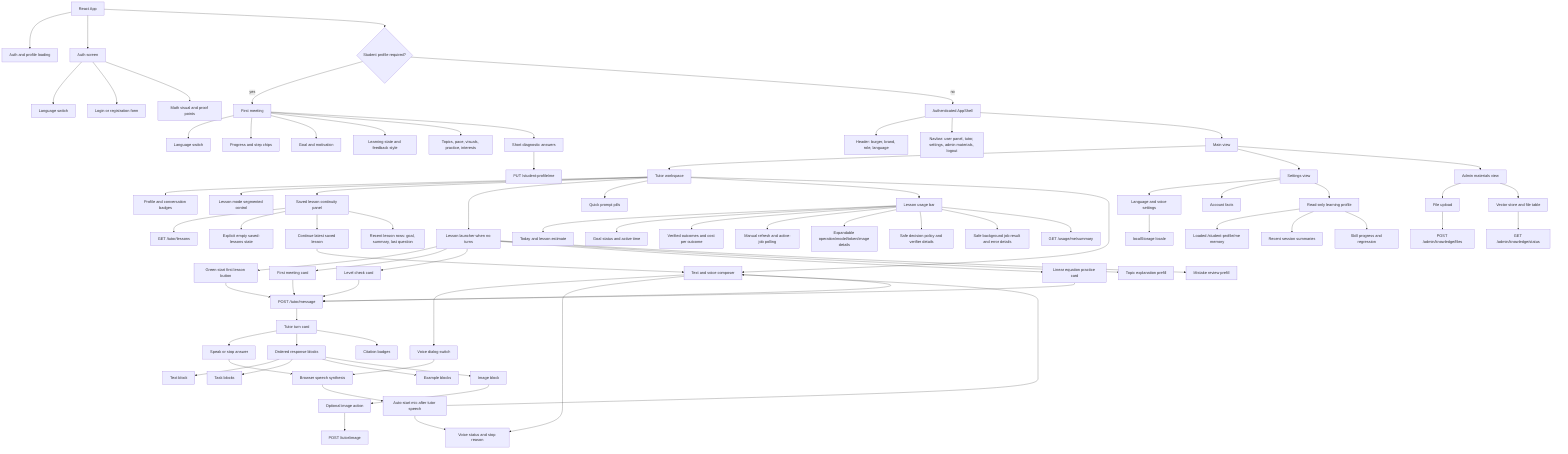
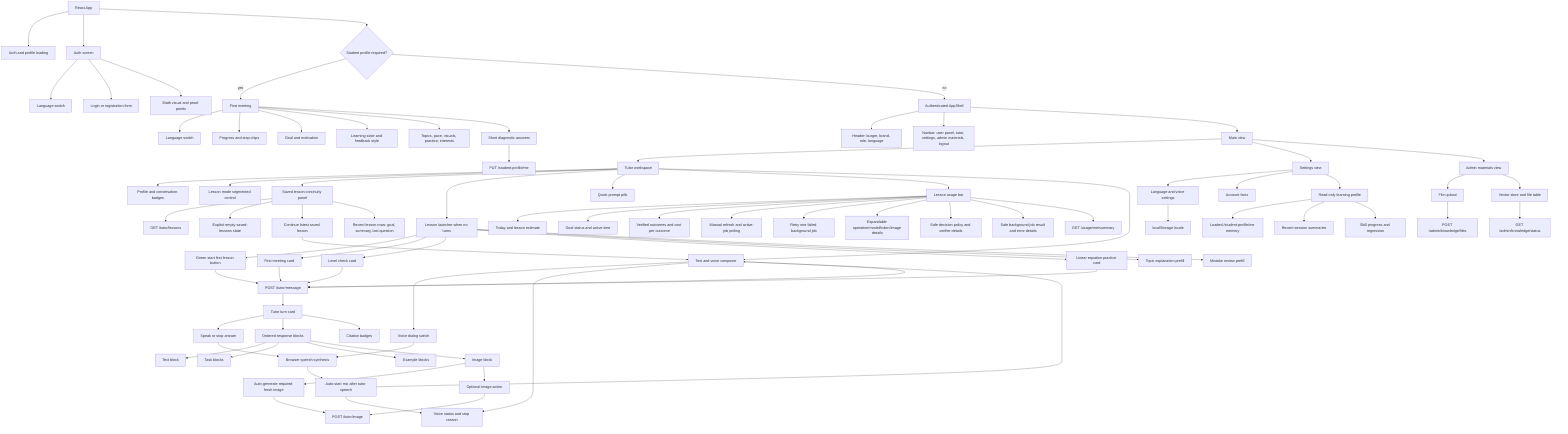
flowchart TB
  App[React App] --> Loading[Auth and profile loading]
  App --> Auth[Auth screen]
  Auth --> AuthLang[Language switch]
  Auth --> AuthForm[Login or registration form]
  Auth --> AuthVisual[Math visual and proof points]

  App --> FirstMeeting{Student profile required?}
  FirstMeeting -->|yes| Meeting[First meeting]
  Meeting --> MeetingLang[Language switch]
  Meeting --> MeetingProgress[Progress and step chips]
  Meeting --> Goal[Goal and motivation]
  Meeting --> Learning[Learning state and feedback style]
  Meeting --> Preferences[Topics, pace, visuals, practice, interests]
  Meeting --> Diagnostics[Short diagnostic answers]
  Diagnostics --> ProfileApi[PUT /student-profile/me]

  FirstMeeting -->|no| Shell[Authenticated AppShell]
  Shell --> Header[Header: burger, brand, role, language]
  Shell --> Navbar[Navbar: user panel, tutor, settings, admin materials, logout]
  Shell --> Main[Main view]

  Main --> Tutor[Tutor workspace]
  Tutor --> TutorStatus[Profile and conversation badges]
  Tutor --> LessonMode[Lesson mode segmented control]
  Tutor --> LessonHistory[Saved lesson continuity panel]
  LessonHistory --> HistoryApi[GET /tutor/lessons]
  LessonHistory --> EmptyHistory[Explicit empty saved-lessons state]
  LessonHistory --> ResumeLatest[Continue latest saved lesson]
  LessonHistory --> HistoryRows[Recent lesson rows: goal, summary, last question]
  ResumeLatest --> Composer
  Tutor --> LessonLauncher[Lesson launcher when no turns]
  LessonLauncher --> StartFirst[Green start first lesson button]
  LessonLauncher --> MeetingCard[First meeting card]
  LessonLauncher --> DiagnosticCard[Level check card]
  LessonLauncher --> PracticeCard[Linear equation practice card]
  LessonLauncher --> TopicCard[Topic explanation prefill]
  LessonLauncher --> MistakeCard[Mistake review prefill]
  StartFirst --> TutorApi[POST /tutor/message]
  MeetingCard --> TutorApi
  DiagnosticCard --> TutorApi
  PracticeCard --> TutorApi
  Tutor --> QuickPrompts[Quick prompt pills]
  Tutor --> UsageBar[Lesson usage bar]
  UsageBar --> UsageSummary[Today and lesson estimate]
  UsageBar --> GoalStatus[Goal status and active time]
  UsageBar --> VerifiedOutcome[Verified outcomes and cost per outcome]
  UsageBar --> UsageRefresh[Manual refresh and active-job polling]
+   UsageBar --> BackgroundRetry[Retry one failed background job]
  UsageBar --> UsageDetails[Expandable operation/model/token/image details]
  UsageBar --> DecisionDetails[Safe decision policy and verifier details]
  UsageBar --> BackgroundJobDetails[Safe background job result and error details]
  UsageBar --> UsageApi[GET /usage/me/summary]
  Tutor --> Composer[Text and voice composer]
  Composer --> VoiceOutput[Voice dialog switch]
  Composer --> VoiceStatus[Voice status and stop reason]
  VoiceOutput --> SpeechSynthesis[Browser speech synthesis]
  SpeechSynthesis --> AutoMic[Auto-start mic after tutor speech]
  AutoMic --> VoiceStatus
  AutoMic --> Composer
  Composer --> TutorApi[POST /tutor/message]
  TutorApi --> TurnCard[Tutor turn card]
  TurnCard --> SpeakAction[Speak or stop answer]
  SpeakAction --> SpeechSynthesis
  TurnCard --> Blocks[Ordered response blocks]
  Blocks --> Explanation[Text block]
  Blocks --> Tasks[Task blocks]
  Blocks --> Examples[Example blocks]
  Blocks --> ImageBlock[Image block]
  TurnCard --> Citations[Citation badges]
+   ImageBlock --> AutoImage[Auto-generate required fresh image]
  ImageBlock --> ImageAction[Optional image action]
+   AutoImage --> ImageApi
  ImageAction --> ImageApi[POST /tutor/image]

  Main --> Settings[Settings view]
  Settings --> Interface[Language and voice settings]
  Settings --> Account[Account facts]
  Settings --> Profile[Read-only learning profile]
  Interface --> LocaleStore[localStorage locale]
  Profile --> ProfileMemory[Loaded /student-profile/me memory]
  Profile --> SessionMemory[Recent session summaries]
  Profile --> SkillMemory[Skill progress and regression]

  Main --> Knowledge[Admin materials view]
  Knowledge --> Upload[File upload]
  Knowledge --> Status[Vector store and file table]
  Upload --> KnowledgeApi[POST /admin/knowledge/files]
  Status --> StatusApi[GET /admin/knowledge/status]
